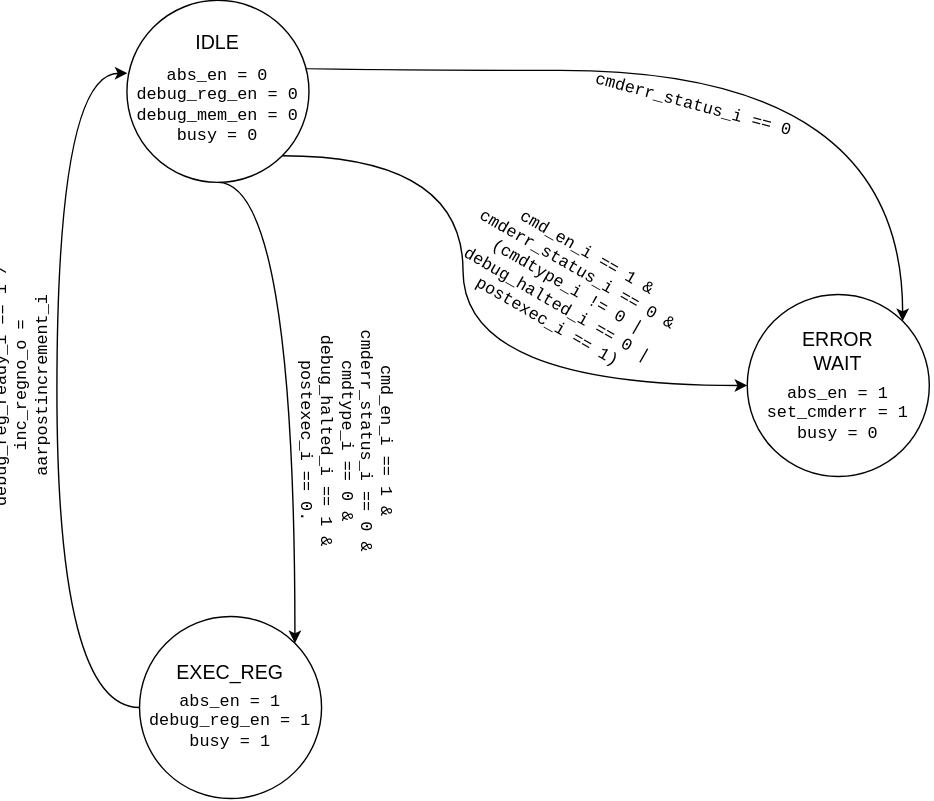
Earlier version of the draw.io export design/abstract_command_fsm.svg (husnainjatoi/MEDS-S1-debug-module). Source tidied: cells renumbered, new cells last; positions are measured from the earlier drawing's top-left corner, leaving out a move shared by most shapes.
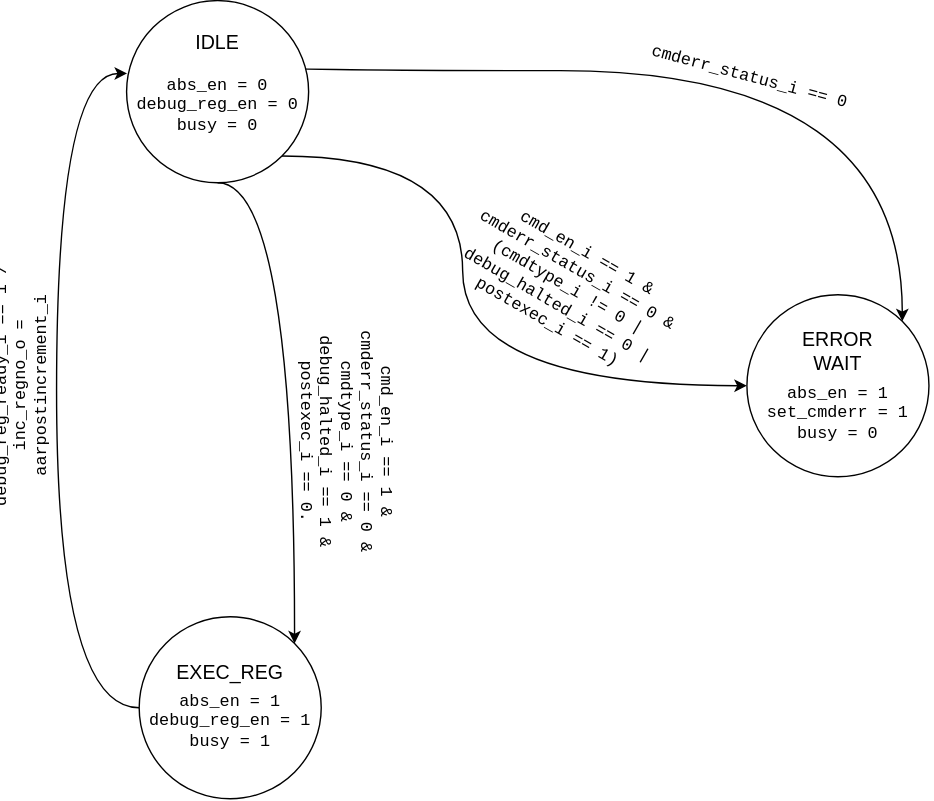
After the commit.

Commit message:
Remove unused debug_mem_en_o signal

Diff of the diagram source:
```diff
@@ -25,7 +25,7 @@
     <mxCell id="5" value="IDLE" style="text;html=1;whiteSpace=wrap;strokeColor=none;fillColor=none;align=center;verticalAlign=middle;rounded=0;fontSize=14;" parent="1" vertex="1">
       <mxGeometry x="222" y="20" width="66" height="20" as="geometry" />
     </mxCell>
-    <mxCell id="6" value="&lt;div&gt;abs_en = 0&lt;/div&gt;&lt;div&gt;debug_reg_en = 0&lt;/div&gt;&lt;div&gt;debug_mem_en = 0&lt;/div&gt;&lt;div&gt;busy = 0&lt;/div&gt;" style="text;html=1;whiteSpace=wrap;strokeColor=none;fillColor=none;align=center;verticalAlign=middle;rounded=0;fontFamily=courier ;rotation=0;" parent="1" vertex="1">
+    <mxCell id="6" value="&lt;div&gt;abs_en = 0&lt;/div&gt;&lt;div&gt;debug_reg_en = 0&lt;/div&gt;&lt;div&gt;busy = 0&lt;/div&gt;" style="text;html=1;whiteSpace=wrap;strokeColor=none;fillColor=none;align=center;verticalAlign=middle;rounded=0;fontFamily=courier ;rotation=0;" parent="1" vertex="1">
       <mxGeometry x="187" y="60" width="136" height="30" as="geometry" />
     </mxCell>
     <mxCell id="7" style="edgeStyle=orthogonalEdgeStyle;rounded=0;jettySize=auto;html=1;exitX=0;exitY=0.5;exitDx=0;exitDy=0;entryX=0.003;entryY=0.4;entryDx=0;entryDy=0;curved=1;entryPerimeter=0;" parent="1" edge="1" source="8" target="4">
@@ -70,8 +70,8 @@
     <mxCell id="17" value="cmd_en_i == 1 &amp;amp; cmderr_status_i == 0 &amp;amp; (cmdtype_i != 0 | debug_halted_i == 0 | postexec_i == 1)" style="text;html=1;whiteSpace=wrap;strokeColor=none;fillColor=none;align=center;verticalAlign=middle;rounded=0;fontFamily=courier ;rotation=30;" parent="1" vertex="1">
       <mxGeometry x="400" y="190" width="210" height="30" as="geometry" />
     </mxCell>
-    <mxCell id="18" value="&lt;code&gt;cmderr_status_i == 0&lt;/code&gt;" style="text;html=1;whiteSpace=wrap;strokeColor=none;fillColor=none;align=center;verticalAlign=middle;rounded=0;fontFamily=courier ;rotation=15;" parent="1" vertex="1">
-      <mxGeometry x="470" y="60" width="250" height="30" as="geometry" />
+    <mxCell id="18" value="cmderr_status_i == 0" style="text;html=1;whiteSpace=wrap;strokeColor=none;fillColor=none;align=center;verticalAlign=middle;rounded=0;fontFamily=courier ;rotation=15;" parent="1" vertex="1">
+      <mxGeometry x="530" y="40" width="210" height="30" as="geometry" />
     </mxCell>
   </root>
 </mxGraphModel>
```
